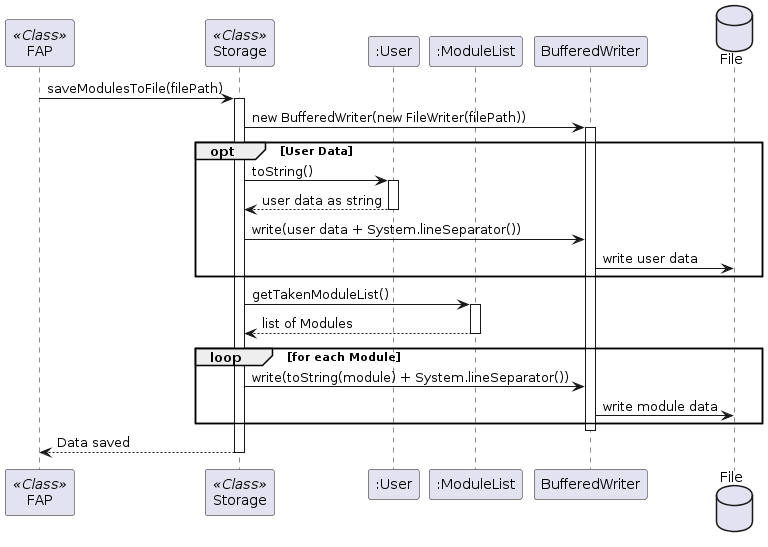
fungg0/tp keeps this PlantUML diagram as docs/diagrams/StorageSequenceDiagram.png. Above is the earlier version.
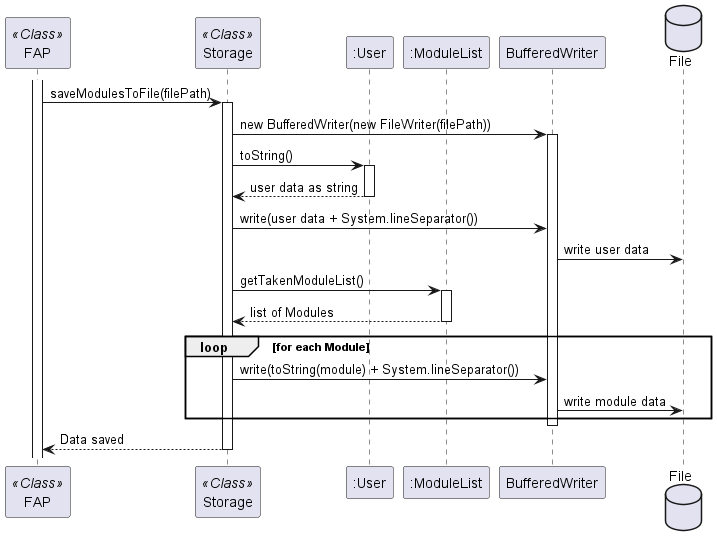
Later version of the same file.

Diff of the diagram source:
```diff
@@ -6,20 +6,21 @@
 participant "BufferedWriter" as BW
 database "File" as File
 
+activate FAP
 FAP -> Storage : saveModulesToFile(filePath)
 activate Storage
 
 Storage -> BW : new BufferedWriter(new FileWriter(filePath))
 activate BW
 
-opt User Data
-    Storage -> User : toString()
-    activate User
-    User --> Storage : user data as string
-    deactivate User
-    Storage -> BW : write(user data + System.lineSeparator())
-    BW -> File : write user data
-end
+
+Storage -> User : toString()
+activate User
+User --> Storage : user data as string
+deactivate User
+Storage -> BW : write(user data + System.lineSeparator())
+BW -> File : write user data
+
 
 Storage -> ModuleList : getTakenModuleList()
 activate ModuleList
@@ -34,4 +35,5 @@
 deactivate BW
 Storage --> FAP : Data saved
 deactivate Storage
+
 @enduml
```
